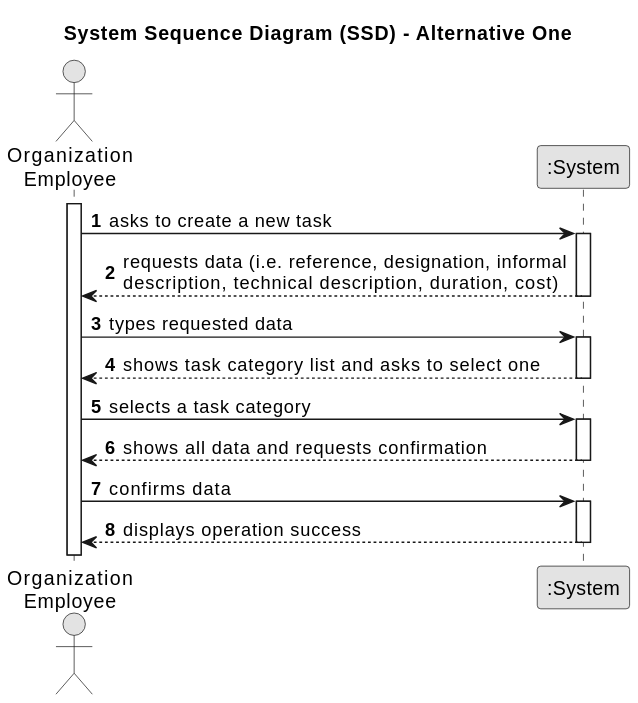
This is docs/sprintA/us007/01.requirements-engineering/svg/us006-system-sequence-diagram-alternative-one.svg from daniel41silva05/ISEP_2023_2024_LAPR2, a PlantUML export, as it was before one commit.
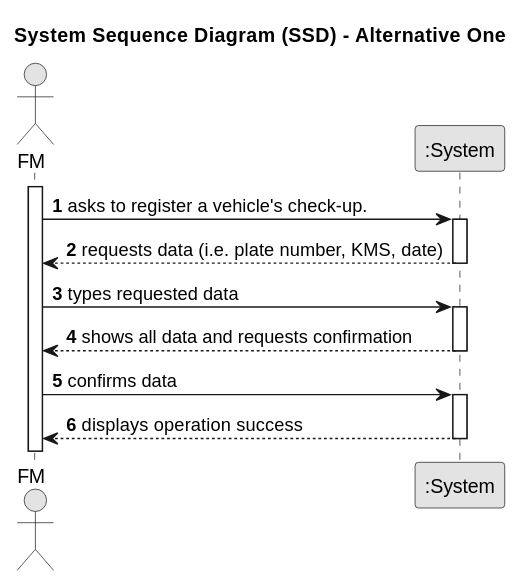
Above is the later version.

What changed in the source:
```diff
@@ -7,25 +7,21 @@
 
 autonumber
 
-actor "Organization\nEmployee" as Employee
+actor "FM" as Employee
 participant ":System" as System
 
 activate Employee
 
-    Employee -> System : asks to create a new task
+    Employee -> System : asks to register a vehicle's check-up.
     activate System
 
-        System --> Employee : requests data (i.e. reference, designation, informal\ndescription, technical description, duration, cost)
+        System --> Employee : requests data (i.e. plate number, KMS, date)
     deactivate System
 
     Employee -> System : types requested data
     activate System
 
-        System --> Employee : shows task category list and asks to select one
-    deactivate System
 
-    Employee -> System : selects a task category
-    activate System
 
         System --> Employee : shows all data and requests confirmation
     deactivate System
```
